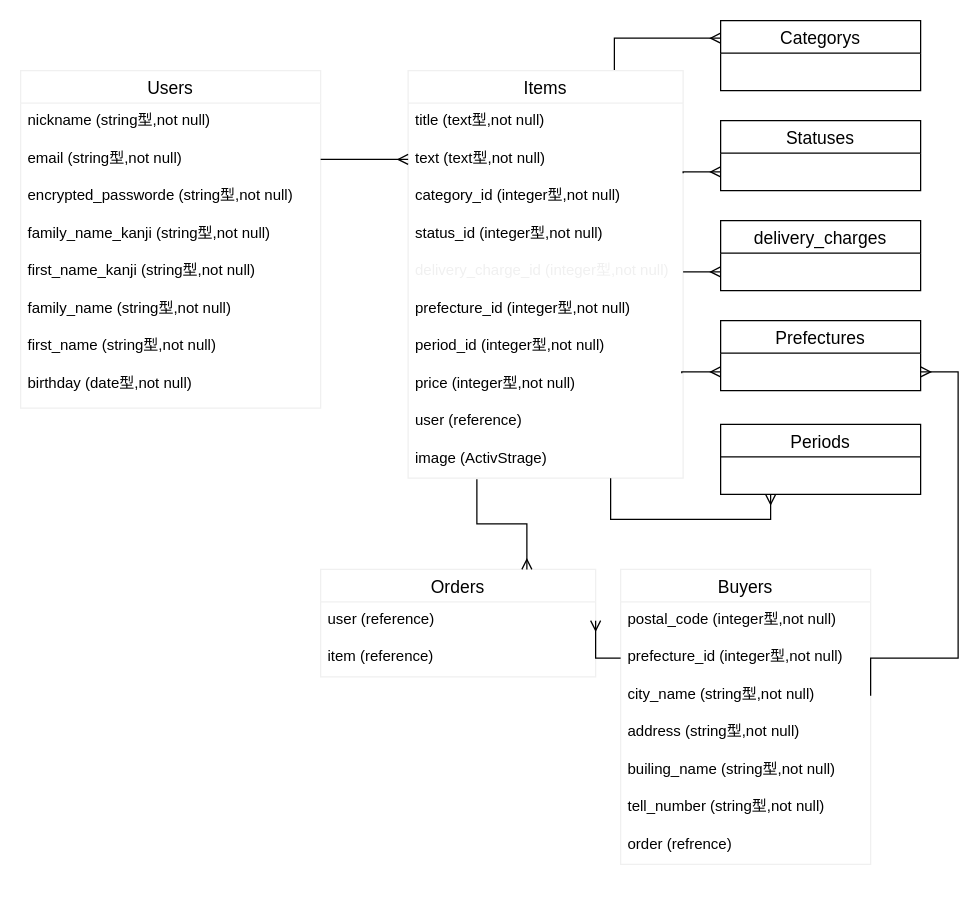
The draw.io diagram furima.dio in atsu-s/furima-35579, before the edit. Source tidied: cells renumbered, new cells numbered last; positions are measured from the earlier drawing's top-left corner, leaving out a move shared by most shapes. Both pictures are drawn from the tidied source at 125%, with x=0, y=0 at pixel (20, 20).
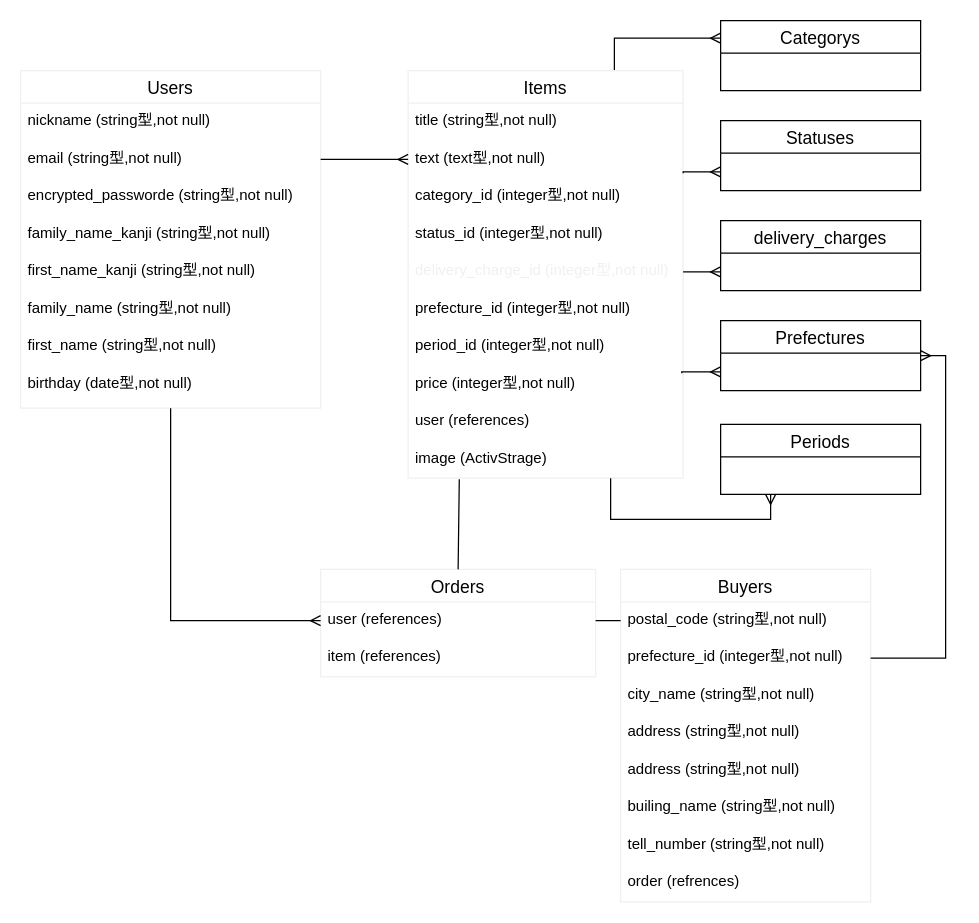
The same page after the edit.

Unchanged cells that the change refers to:
```xml
<mxCell id="10" value="birthday (date型,not null)" style="text;strokeColor=none;fillColor=none;spacingLeft=4;spacingRight=4;overflow=hidden;points=[[0,0.5],[1,0.5]];portConstraint=eastwest;fontSize=12;align=left;" parent="2" vertex="1">
  <mxGeometry y="236" width="240" height="34" as="geometry" />
</mxCell>
<mxCell id="12" value="Items" style="swimlane;fontStyle=0;horizontal=1;startSize=26;align=center;fontSize=14;strokeColor=#f0f0f0;" parent="1" vertex="1">
  <mxGeometry x="310" y="40" width="220" height="326" as="geometry" />
</mxCell>
<mxCell id="22" value="image (ActivStrage)" style="text;strokeColor=none;fillColor=none;spacingLeft=4;spacingRight=4;overflow=hidden;points=[[0,0.5],[1,0.5]];portConstraint=eastwest;fontSize=12;" parent="12" vertex="1">
  <mxGeometry y="296" width="220" height="30" as="geometry" />
</mxCell>
<mxCell id="23" value="Orders" style="swimlane;fontStyle=0;horizontal=1;startSize=26;align=center;fontSize=14;strokeColor=#f0f0f0;" parent="1" vertex="1">
  <mxGeometry x="240" y="439" width="220" height="86" as="geometry" />
</mxCell>
<mxCell id="30" value="prefecture_id (integer型,not null)" style="text;strokeColor=none;fillColor=none;spacingLeft=4;spacingRight=4;overflow=hidden;points=[[0,0.5],[1,0.5]];portConstraint=eastwest;fontSize=12;" parent="28" vertex="1">
  <mxGeometry y="56" width="200" height="30" as="geometry" />
</mxCell>
<mxCell id="31" value="city_name (string型,not null)" style="text;strokeColor=none;fillColor=none;spacingLeft=4;spacingRight=4;overflow=hidden;points=[[0,0.5],[1,0.5]];portConstraint=eastwest;fontSize=12;" parent="28" vertex="1">
  <mxGeometry y="86" width="200" height="30" as="geometry" />
</mxCell>
<mxCell id="40" value="Prefectures" style="swimlane;fontStyle=0;horizontal=1;startSize=26;align=center;fontSize=14;" parent="1" vertex="1">
  <mxGeometry x="560" y="240" width="160" height="56" as="geometry" />
</mxCell>
```

Change to the diagram source:
```diff
@@
-    <mxCell id="13" value="title (text型,not null)" style="text;strokeColor=none;fillColor=none;spacingLeft=4;spacingRight=4;overflow=hidden;fontSize=12;" parent="12" vertex="1">
+    <mxCell id="13" value="title (string型,not null)" style="text;strokeColor=none;fillColor=none;spacingLeft=4;spacingRight=4;overflow=hidden;fontSize=12;" parent="12" vertex="1">
       <mxGeometry y="26" width="220" height="30" as="geometry" />
     </mxCell>
@@
-    <mxCell id="21" value="user (reference)" style="text;strokeColor=none;fillColor=none;spacingLeft=4;spacingRight=4;overflow=hidden;fontSize=12;" parent="12" vertex="1">
+    <mxCell id="21" value="user (references)" style="text;strokeColor=none;fillColor=none;spacingLeft=4;spacingRight=4;overflow=hidden;fontSize=12;" parent="12" vertex="1">
       <mxGeometry y="266" width="220" height="30" as="geometry" />
     </mxCell>
@@
-    <mxCell id="24" value="user (reference)" style="text;strokeColor=none;fillColor=none;spacingLeft=4;spacingRight=4;overflow=hidden;points=[[0,0.5],[1,0.5]];portConstraint=eastwest;fontSize=12;" parent="23" vertex="1">
+    <mxCell id="24" value="user (references)" style="text;strokeColor=none;fillColor=none;spacingLeft=4;spacingRight=4;overflow=hidden;points=[[0,0.5],[1,0.5]];portConstraint=eastwest;fontSize=12;" parent="23" vertex="1">
       <mxGeometry y="26" width="220" height="30" as="geometry" />
     </mxCell>
-    <mxCell id="25" value="item (reference)" style="text;strokeColor=none;fillColor=none;spacingLeft=4;spacingRight=4;overflow=hidden;fontSize=12;" parent="23" vertex="1">
+    <mxCell id="25" value="item (references)" style="text;strokeColor=none;fillColor=none;spacingLeft=4;spacingRight=4;overflow=hidden;fontSize=12;" parent="23" vertex="1">
       <mxGeometry y="56" width="220" height="30" as="geometry" />
     </mxCell>
@@
-    <mxCell id="27" style="edgeStyle=orthogonalEdgeStyle;rounded=0;jettySize=auto;html=1;exitX=0.25;exitY=1.033;exitDx=0;exitDy=0;entryX=0.75;entryY=0;entryDx=0;entryDy=0;endArrow=ERmany;endFill=0;endSize=6;fontColor=#F0F0F0;align=left;exitPerimeter=0;startArrow=none;startFill=0;" parent="1" edge="1" source="22" target="23">
+    <mxCell id="27" style="rounded=0;jettySize=auto;html=1;exitX=0.186;exitY=1.033;exitDx=0;exitDy=0;entryX=0.5;entryY=0;entryDx=0;entryDy=0;endArrow=none;endFill=0;endSize=6;fontColor=#F0F0F0;align=left;exitPerimeter=0;startArrow=none;startFill=0;" parent="1" edge="1" source="22" target="23">
       <mxGeometry relative="1" as="geometry" />
     </mxCell>
     <mxCell id="28" value="Buyers" style="swimlane;fontStyle=0;horizontal=1;startSize=26;align=center;fontSize=14;strokeColor=#f0f0f0;" parent="1" vertex="1">
-      <mxGeometry x="480" y="439" width="200" height="236" as="geometry" />
+      <mxGeometry x="480" y="439" width="200" height="266" as="geometry" />
     </mxCell>
-    <mxCell id="29" value="postal_code (integer型,not null)" style="text;strokeColor=none;fillColor=none;spacingLeft=4;spacingRight=4;overflow=hidden;points=[[0,0.5],[1,0.5]];portConstraint=eastwest;fontSize=12;" parent="28" vertex="1">
+    <mxCell id="29" value="postal_code (string型,not null)" style="text;strokeColor=none;fillColor=none;spacingLeft=4;spacingRight=4;overflow=hidden;points=[[0,0.5],[1,0.5]];portConstraint=eastwest;fontSize=12;" parent="28" vertex="1">
       <mxGeometry y="26" width="200" height="30" as="geometry" />
     </mxCell>
@@
+    <mxCell id="47" value="address (string型,not null)" style="text;strokeColor=none;fillColor=none;spacingLeft=4;spacingRight=4;overflow=hidden;fontSize=12;" parent="28" vertex="1">
+      <mxGeometry y="116" width="200" height="30" as="geometry" />
+    </mxCell>
     <mxCell id="32" value="address (string型,not null)" style="text;strokeColor=none;fillColor=none;spacingLeft=4;spacingRight=4;overflow=hidden;fontSize=12;" parent="28" vertex="1">
-      <mxGeometry y="116" width="200" height="30" as="geometry" />
+      <mxGeometry y="146" width="200" height="30" as="geometry" />
     </mxCell>
     <mxCell id="33" value="builing_name (string型,not null)" style="text;strokeColor=none;fillColor=none;spacingLeft=4;spacingRight=4;overflow=hidden;fontSize=12;" parent="28" vertex="1">
-      <mxGeometry y="146" width="200" height="30" as="geometry" />
+      <mxGeometry y="176" width="200" height="30" as="geometry" />
     </mxCell>
     <mxCell id="34" value="tell_number (string型,not null)" style="text;strokeColor=none;fillColor=none;spacingLeft=4;spacingRight=4;overflow=hidden;fontSize=12;align=left;" parent="28" vertex="1">
-      <mxGeometry y="176" width="200" height="30" as="geometry" />
+      <mxGeometry y="206" width="200" height="30" as="geometry" />
     </mxCell>
-    <mxCell id="35" value="order (refrence)" style="text;strokeColor=none;fillColor=none;spacingLeft=4;spacingRight=4;overflow=hidden;fontSize=12;" parent="28" vertex="1">
-      <mxGeometry y="206" width="200" height="30" as="geometry" />
+    <mxCell id="35" value="order (refrences)" style="text;strokeColor=none;fillColor=none;spacingLeft=4;spacingRight=4;overflow=hidden;fontSize=12;" parent="28" vertex="1">
+      <mxGeometry y="236" width="200" height="30" as="geometry" />
     </mxCell>
-    <mxCell id="36" style="edgeStyle=orthogonalEdgeStyle;rounded=0;jettySize=auto;html=1;exitX=0;exitY=0.5;exitDx=0;exitDy=0;entryX=1;entryY=0.5;entryDx=0;entryDy=0;endArrow=ERmany;endFill=0;endSize=6;fontColor=#F0F0F0;align=left;startArrow=none;startFill=0;" parent="1" edge="1" source="30" target="24">
-      <mxGeometry relative="1" as="geometry" />
-    </mxCell>
@@
-    <mxCell id="46" style="edgeStyle=orthogonalEdgeStyle;rounded=0;jettySize=auto;html=1;exitX=1;exitY=0.5;exitDx=0;exitDy=0;entryX=1;entryY=0.5;entryDx=0;entryDy=0;endArrow=none;endFill=0;startArrow=ERmany;startFill=0;" parent="1" edge="1" target="31">
-      <mxGeometry relative="1" as="geometry">
-        <mxPoint x="720" y="281" as="sourcePoint" />
-        <Array as="points">
-          <mxPoint x="750" y="281" />
-          <mxPoint x="750" y="510" />
-        </Array>
-      </mxGeometry>
-    </mxCell>
+    <mxCell id="48" style="rounded=0;jettySize=auto;html=1;exitX=0;exitY=0.5;exitDx=0;exitDy=0;edgeStyle=orthogonalEdgeStyle;startArrow=ERmany;startFill=0;endArrow=none;endFill=0;" parent="1" edge="1" source="24" target="10">
+      <mxGeometry relative="1" as="geometry">
+        <Array as="points">
+          <mxPoint x="120" y="480" />
+        </Array>
+      </mxGeometry>
+    </mxCell>
+    <mxCell id="49" style="edgeStyle=none;rounded=0;jettySize=auto;html=1;exitX=1;exitY=0.5;exitDx=0;exitDy=0;entryX=0;entryY=0.5;entryDx=0;entryDy=0;startArrow=none;startFill=0;endArrow=none;endFill=0;" parent="1" edge="1" source="24" target="29">
+      <mxGeometry relative="1" as="geometry" />
+    </mxCell>
+    <mxCell id="50" style="edgeStyle=orthogonalEdgeStyle;rounded=0;jettySize=auto;html=1;exitX=1;exitY=0.5;exitDx=0;exitDy=0;entryX=1;entryY=0.5;entryDx=0;entryDy=0;startArrow=none;startFill=0;endArrow=ERmany;endFill=0;" parent="1" edge="1" source="30" target="40">
+      <mxGeometry relative="1" as="geometry" />
+    </mxCell>
```
